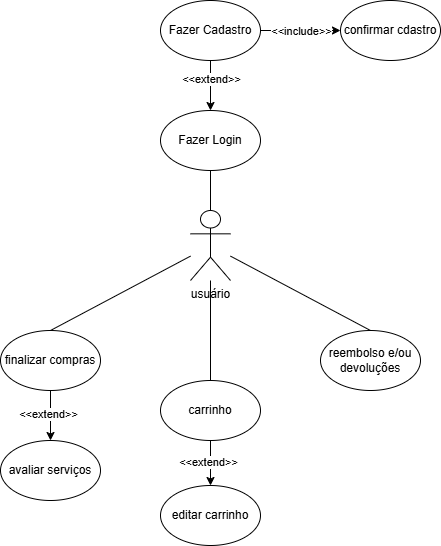
Above: Casos_de_uso.drawio.png in Freakzn/Aulas (draw.io), before the change. Source tidied: cells renumbered, new cells last; positions are measured from the earlier drawing's top-left corner, leaving out a move shared by most shapes.
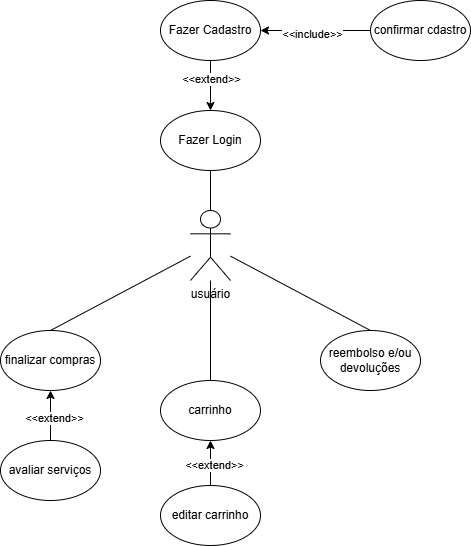
The same diagram one commit later.

What changed in the source:
```diff
@@ -21,14 +21,8 @@
       <mxGeometry x="160" width="100" height="60" as="geometry" />
     </mxCell>
     <mxCell id="8" value="confirmar cdastro" style="ellipse;whiteSpace=wrap;html=1;" parent="1" vertex="1">
-      <mxGeometry x="340" width="100" height="60" as="geometry" />
+      <mxGeometry x="370" width="100" height="60" as="geometry" />
     </mxCell>
-    <mxCell id="9" style="endArrow=classic;html=1;rounded=0;exitX=1;exitY=0.5;exitDx=0;exitDy=0;entryX=0;entryY=0.5;entryDx=0;entryDy=0;" parent="1" edge="1" source="7" target="8">
-      <mxGeometry relative="1" as="geometry" />
-    </mxCell>
-    <mxCell id="10" value="&amp;lt;&amp;lt;include&amp;gt;&amp;gt;" style="edgeLabel;html=1;align=center;verticalAlign=middle;" parent="9" vertex="1">
-      <mxGeometry relative="1" as="geometry" />
-    </mxCell>
     <mxCell id="11" value="carrinho" style="ellipse;whiteSpace=wrap;html=1;" parent="1" vertex="1">
       <mxGeometry x="160" y="380" width="100" height="60" as="geometry" />
     </mxCell>
@@ -50,20 +44,26 @@
     <mxCell id="17" style="endArrow=none;html=1;rounded=0;exitX=0.5;exitY=0;exitDx=0;exitDy=0;" parent="1" edge="1" source="11" target="2">
       <mxGeometry relative="1" as="geometry" />
     </mxCell>
-    <mxCell id="18" style="endArrow=classic;html=1;rounded=0;entryX=0.5;entryY=0;entryDx=0;entryDy=0;exitX=0.5;exitY=1;exitDx=0;exitDy=0;" parent="1" edge="1" source="11" target="12">
-      <mxGeometry relative="1" as="geometry" />
-    </mxCell>
-    <mxCell id="19" value="&amp;lt;&amp;lt;extend&amp;gt;&amp;gt;" style="edgeLabel;html=1;align=center;verticalAlign=middle;" parent="18" vertex="1">
-      <mxGeometry x="-0.07" y="-3" relative="1" as="geometry" />
-    </mxCell>
     <mxCell id="20" value="avaliar serviços" style="ellipse;whiteSpace=wrap;html=1;" parent="1" vertex="1">
       <mxGeometry y="440" width="100" height="60" as="geometry" />
     </mxCell>
-    <mxCell id="21" style="endArrow=classic;html=1;rounded=0;entryX=0.5;entryY=0;entryDx=0;entryDy=0;exitX=0.5;exitY=1;exitDx=0;exitDy=0;" parent="1" edge="1" source="14" target="20">
-      <mxGeometry relative="1" as="geometry" />
-    </mxCell>
-    <mxCell id="22" value="&amp;lt;&amp;lt;extend&amp;gt;&amp;gt;" style="edgeLabel;html=1;align=center;verticalAlign=middle;" parent="21" vertex="1">
-      <mxGeometry x="-0.07" y="-3" relative="1" as="geometry" />
-    </mxCell>
+    <mxCell id="23" style="endArrow=classic;html=1;rounded=0;entryX=0.5;entryY=1;entryDx=0;entryDy=0;exitX=0.5;exitY=0;exitDx=0;exitDy=0;" parent="1" edge="1" source="20" target="14">
+      <mxGeometry relative="1" as="geometry" />
+    </mxCell>
+    <mxCell id="24" value="&amp;lt;&amp;lt;extend&amp;gt;&amp;gt;" style="edgeLabel;html=1;align=center;verticalAlign=middle;" parent="23" vertex="1">
+      <mxGeometry x="-0.07" y="-3" relative="1" as="geometry" />
+    </mxCell>
+    <mxCell id="25" style="endArrow=classic;html=1;rounded=0;entryX=0.5;entryY=1;entryDx=0;entryDy=0;exitX=0.5;exitY=0;exitDx=0;exitDy=0;" parent="1" edge="1" source="12" target="11">
+      <mxGeometry relative="1" as="geometry" />
+    </mxCell>
+    <mxCell id="26" value="&amp;lt;&amp;lt;extend&amp;gt;&amp;gt;" style="edgeLabel;html=1;align=center;verticalAlign=middle;" parent="25" vertex="1">
+      <mxGeometry x="-0.07" y="-3" relative="1" as="geometry" />
+    </mxCell>
+    <mxCell id="27" style="endArrow=classic;html=1;rounded=0;entryX=1;entryY=0.5;entryDx=0;entryDy=0;exitX=0;exitY=0.5;exitDx=0;exitDy=0;" parent="1" edge="1" source="8" target="7">
+      <mxGeometry relative="1" as="geometry" />
+    </mxCell>
+    <mxCell id="10" value="&amp;lt;&amp;lt;include&amp;gt;&amp;gt;" style="edgeLabel;html=1;align=center;verticalAlign=middle;" parent="27" vertex="1">
+      <mxGeometry x="0.07" y="3" relative="1" as="geometry" />
+    </mxCell>
   </root>
 </mxGraphModel>
```
